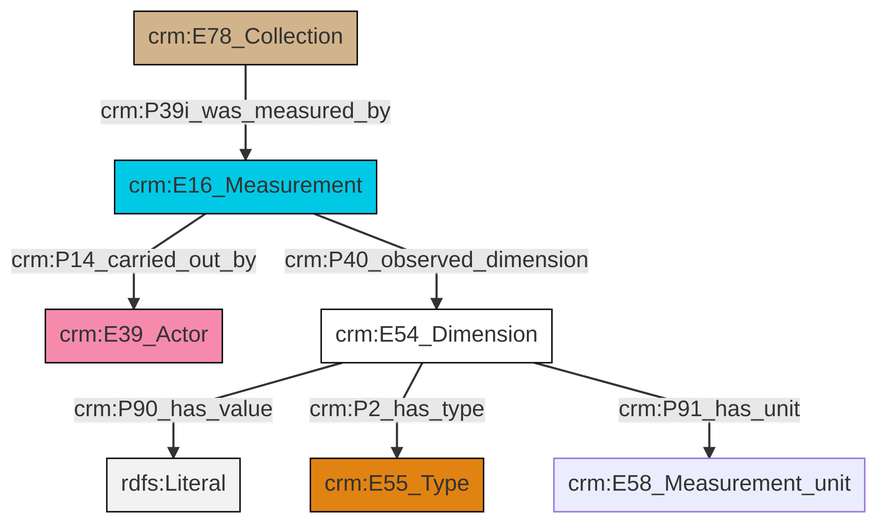
This is et/archivalCSV/ttl/mmd/png/archival_substance.png from swiss-art-research-net/docs.swissartresearch, a Mermaid export, as it was before one commit. Its source is kept beside it as et/archivalCSV/ttl/mmd/archival_substance.ttl.mmd.
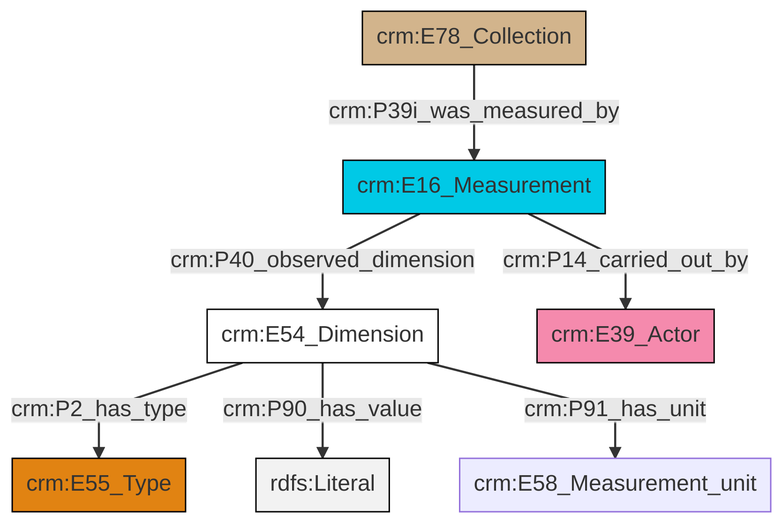
The same file after the commit.

Diff of the diagram source:
```diff
@@ -13,9 +13,9 @@
 classDef PC_Classes fill:#4ce600, stroke:#000000;
 classDef Multi fill:#cccccc,stroke:#000000;
 
-2["crm:E16_Measurement"]:::Temporal_Entity -->|crm:P14_carried_out_by| 3["crm:E39_Actor"]:::Actor
-0["crm:E78_Collection"]:::Physical_Thing -->|crm:P39i_was_measured_by| 2["crm:E16_Measurement"]:::Temporal_Entity
-5["crm:E54_Dimension"]:::CRM_Entity -->|crm:P90_has_value| 8[rdfs:Literal]:::Literal
-5["crm:E54_Dimension"]:::CRM_Entity -->|crm:P2_has_type| 9["crm:E55_Type"]:::Type
-2["crm:E16_Measurement"]:::Temporal_Entity -->|crm:P40_observed_dimension| 5["crm:E54_Dimension"]:::CRM_Entity
-5["crm:E54_Dimension"]:::CRM_Entity -->|crm:P91_has_unit| 10["crm:E58_Measurement_unit"]:::Default
+0["crm:E54_Dimension"]:::CRM_Entity -->|crm:P2_has_type| 1["crm:E55_Type"]:::Type
+2["crm:E16_Measurement"]:::Temporal_Entity -->|crm:P14_carried_out_by| 4["crm:E39_Actor"]:::Actor
+2["crm:E16_Measurement"]:::Temporal_Entity -->|crm:P40_observed_dimension| 0["crm:E54_Dimension"]:::CRM_Entity
+0["crm:E54_Dimension"]:::CRM_Entity -->|crm:P90_has_value| 6[rdfs:Literal]:::Literal
+9["crm:E78_Collection"]:::Physical_Thing -->|crm:P39i_was_measured_by| 2["crm:E16_Measurement"]:::Temporal_Entity
+0["crm:E54_Dimension"]:::CRM_Entity -->|crm:P91_has_unit| 7["crm:E58_Measurement_unit"]:::Default
```
